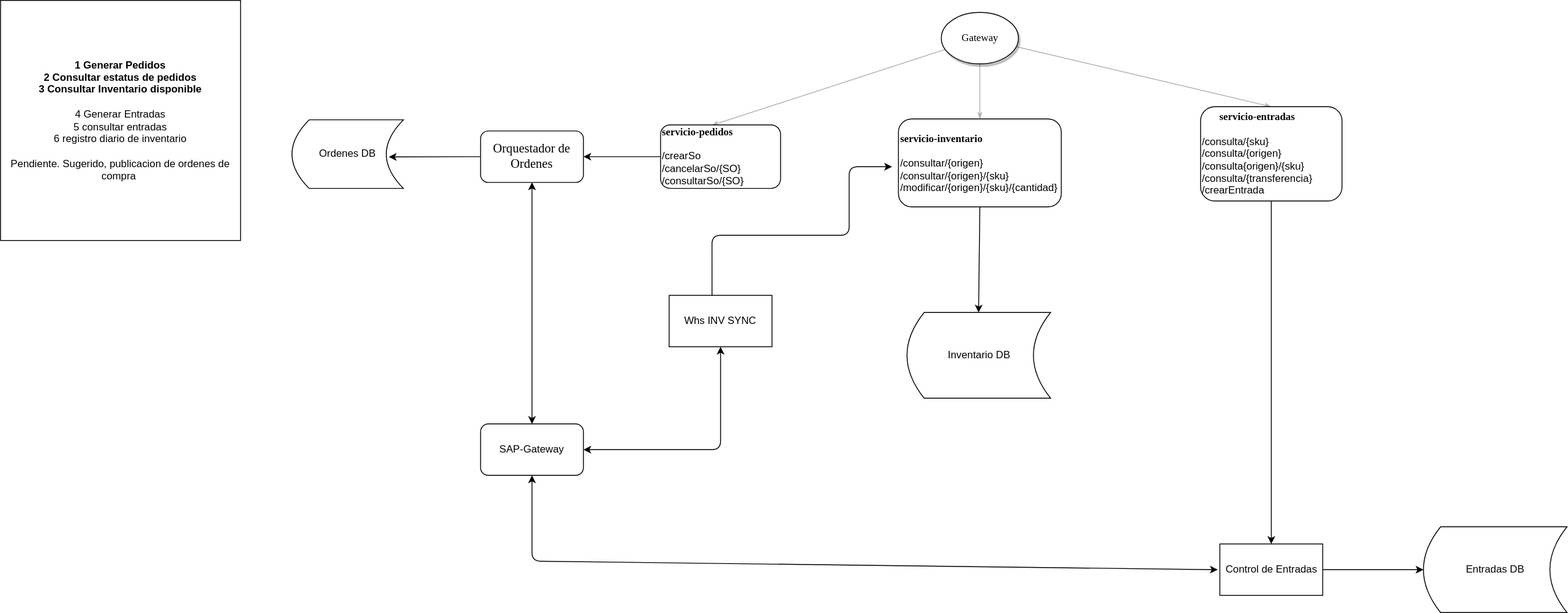
erick12357/pruebaRest keeps this draw.io diagram as Untitled Diagram.svg. Above is the earlier version. Source tidied: cells renumbered, new cells last; positions are measured from the earlier drawing's top-left corner, leaving out a move shared by most shapes.
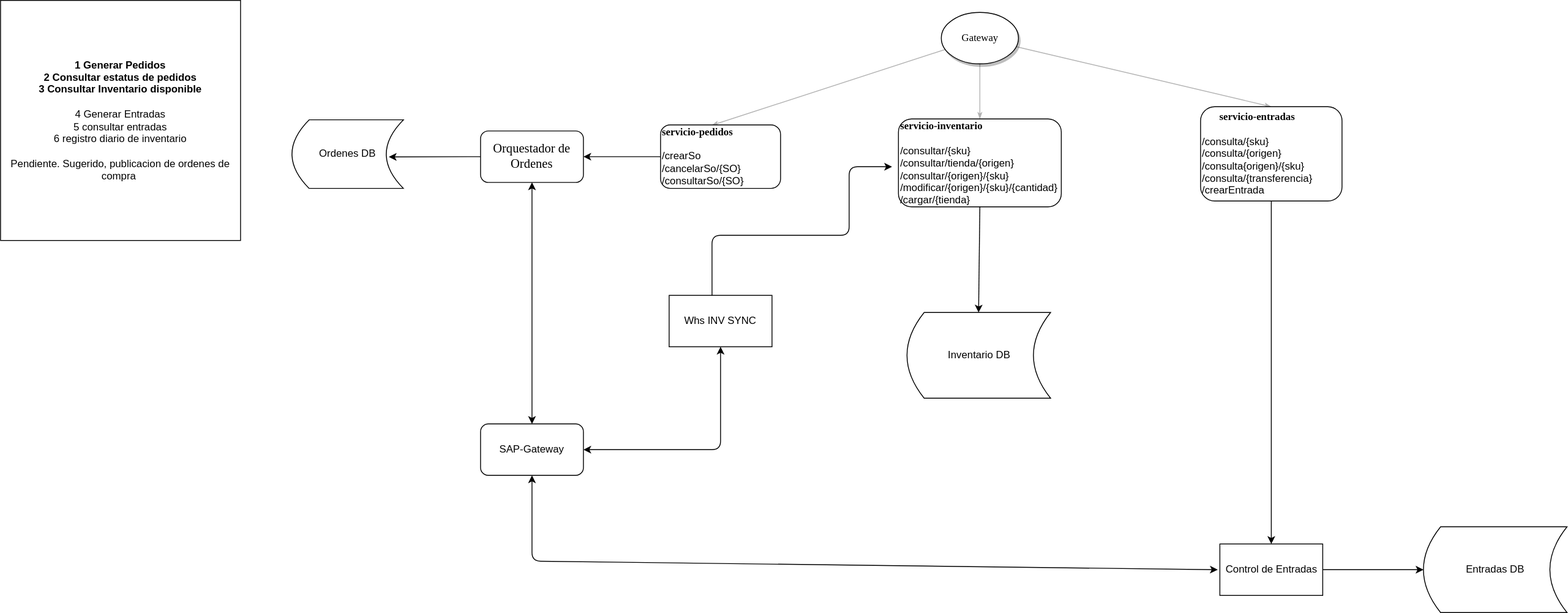
After the change.

Diff of the diagram source:
```diff
@@ -25,7 +25,7 @@
         <mxPoint x="1141" y="364" as="targetPoint" />
       </mxGeometry>
     </mxCell>
-    <mxCell id="9" value="&lt;span style=&quot;font-family: &amp;#34;verdana&amp;#34; ; text-align: center&quot;&gt;&lt;b&gt;servicio-inventario&lt;/b&gt;&lt;br&gt;&lt;/span&gt;&lt;span&gt;&lt;br&gt;/consultar/{origen}&lt;/span&gt;&lt;br&gt;&lt;span&gt;/consultar/{origen}/{sku}&lt;/span&gt;&lt;br&gt;&lt;span&gt;/modificar/{origen}/{sku}/{cantidad}&lt;/span&gt;" style="rounded=1;whiteSpace=wrap;html=1;align=left;" parent="1" vertex="1">
+    <mxCell id="9" value="&lt;span style=&quot;font-family: &amp;#34;verdana&amp;#34; ; text-align: center&quot;&gt;&lt;b&gt;servicio-inventario&lt;/b&gt;&lt;br&gt;&lt;/span&gt;&lt;span&gt;&lt;br&gt;/consultar/{sku}&lt;br&gt;&lt;/span&gt;/consultar/tienda/{origen}&lt;br&gt;&lt;span&gt;/consultar/{origen}/{sku}&lt;/span&gt;&lt;br&gt;&lt;span&gt;/modificar/{origen}/{sku}/{cantidad}&lt;br&gt;/cargar/{tienda}&lt;br&gt;&lt;/span&gt;" style="rounded=1;whiteSpace=wrap;html=1;align=left;" parent="1" vertex="1">
       <mxGeometry x="1047.5" y="138.2" width="190" height="102.5" as="geometry" />
     </mxCell>
     <mxCell id="10" value="&lt;div style=&quot;text-align: center&quot;&gt;&lt;font face=&quot;verdana&quot;&gt;&lt;b&gt;servicio-entradas&lt;/b&gt;&lt;/font&gt;&lt;/div&gt;&lt;div&gt;&lt;span style=&quot;font-family: &amp;#34;verdana&amp;#34; ; text-align: center&quot;&gt;&lt;br&gt;&lt;/span&gt;&lt;/div&gt;&lt;div&gt;&lt;span&gt;/consulta/{sku}&lt;/span&gt;&lt;br&gt;&lt;/div&gt;&lt;div&gt;/consulta/{origen}&lt;/div&gt;&lt;div&gt;/consulta{origen}/{sku}&lt;/div&gt;&lt;div&gt;/consulta/{transferencia}&lt;/div&gt;&lt;div&gt;/crearEntrada&lt;/div&gt;" style="rounded=1;whiteSpace=wrap;html=1;align=left;" parent="1" vertex="1">
```
